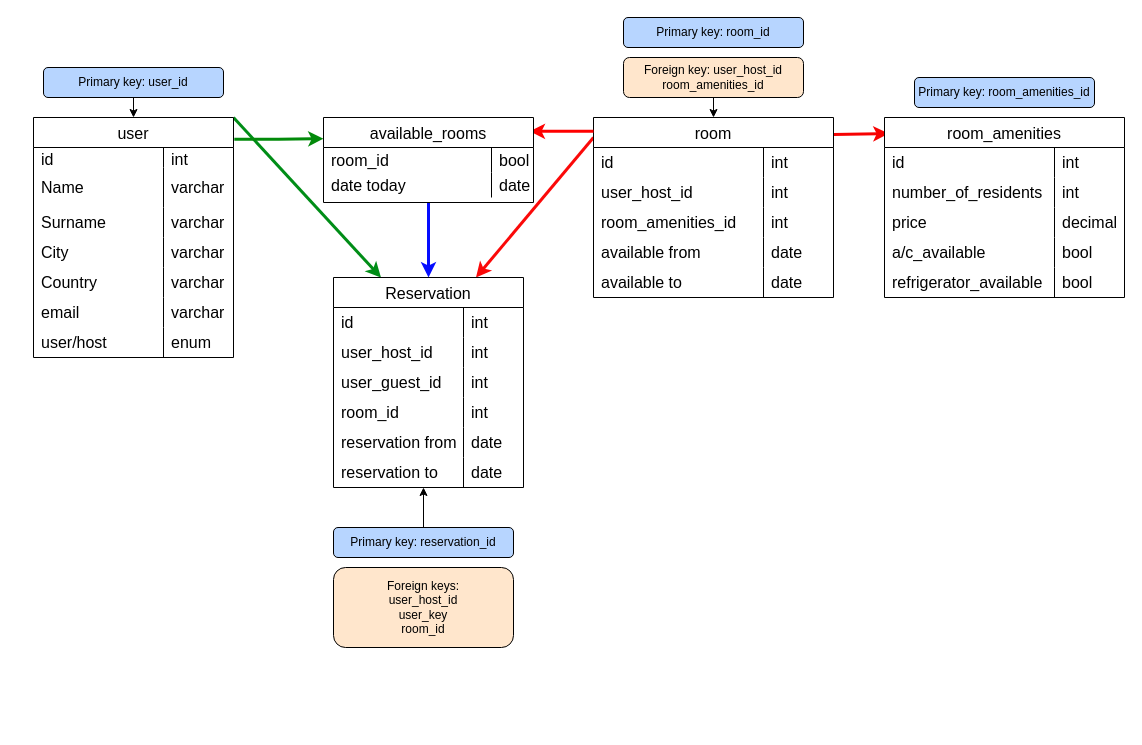
mtevosian/Python_Projector keeps this draw.io diagram as HW16/HW16_DB.drawio.xml. Above is the earlier version. Source tidied: cells renumbered, new cells numbered last; positions are measured from the earlier drawing's top-left corner, leaving out a move shared by most shapes. Both pictures are drawn from the tidied source at 100%, with x=0, y=0 at pixel (17, 17).
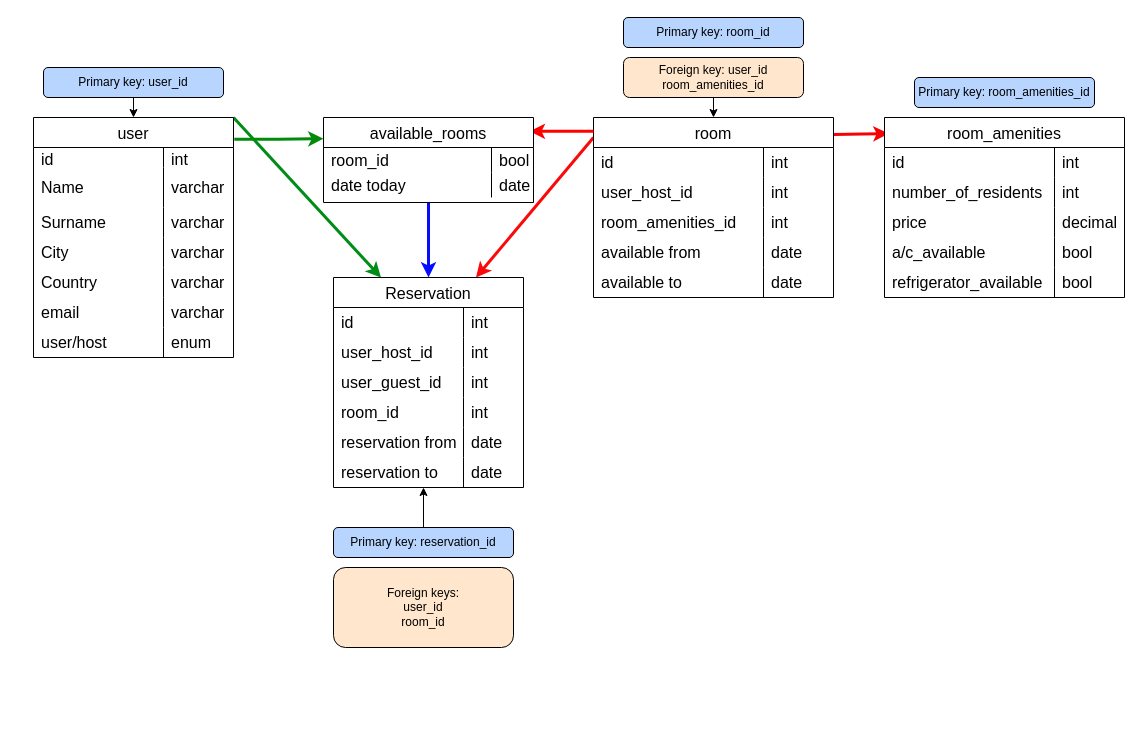
After the change.

The edit, as a diff of the source:
```diff
@@
-    <mxCell id="46" value="Foreign key: user_host_id&lt;br&gt;room_amenities_id" style="rounded=1;whiteSpace=wrap;html=1;fillColor=#FFE6CC;" parent="1" vertex="1">
+    <mxCell id="46" value="Foreign key: user_id&lt;br&gt;room_amenities_id" style="rounded=1;whiteSpace=wrap;html=1;fillColor=#FFE6CC;" parent="1" vertex="1">
       <mxGeometry x="606" y="40" width="180" height="40" as="geometry" />
     </mxCell>
@@
-    <mxCell id="69" value="Foreign keys: &lt;br&gt;user_host_id&lt;br&gt;user_key&lt;br&gt;room_id" style="rounded=1;whiteSpace=wrap;html=1;fillColor=#FFE6CC;" parent="1" vertex="1">
+    <mxCell id="69" value="Foreign keys: &lt;br&gt;user_id&lt;br&gt;room_id" style="rounded=1;whiteSpace=wrap;html=1;fillColor=#FFE6CC;" parent="1" vertex="1">
       <mxGeometry x="316" y="550" width="180" height="80" as="geometry" />
     </mxCell>
```
